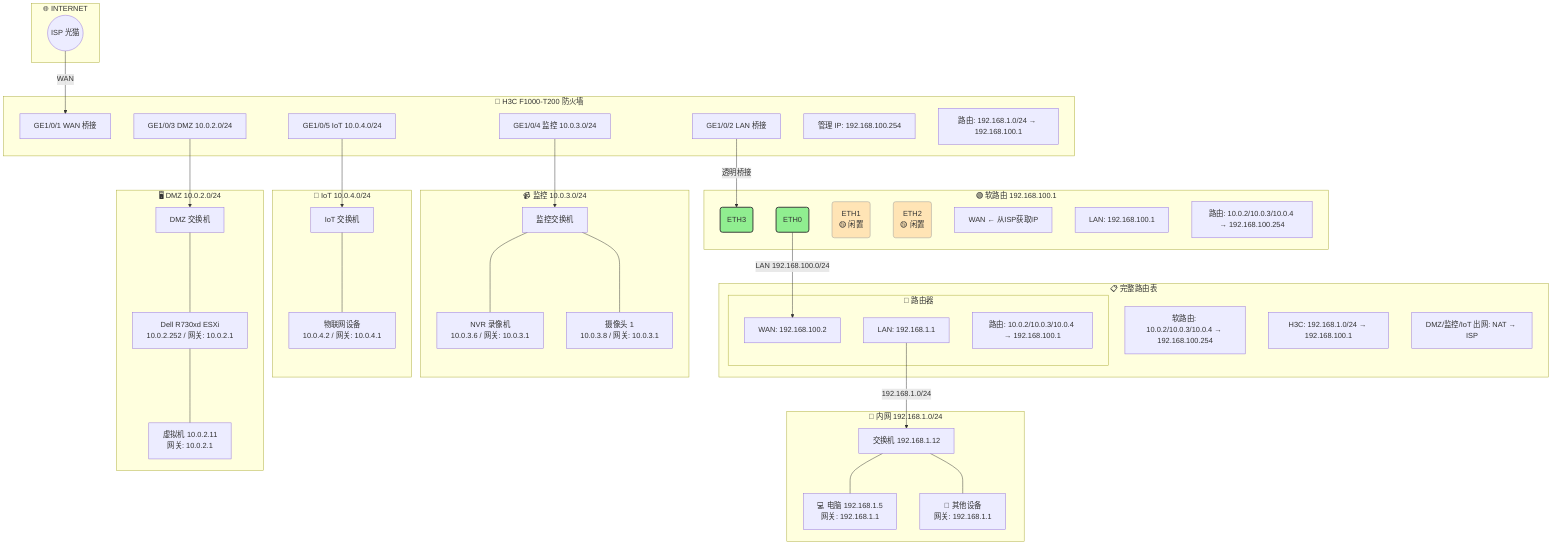
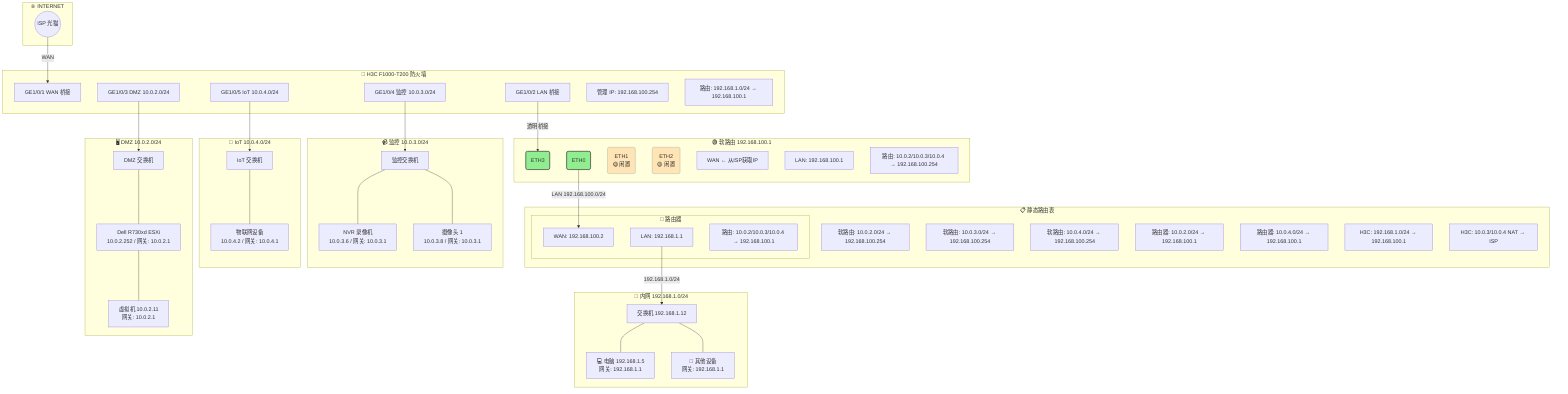
graph TB
    subgraph INTERNET["🌐 INTERNET"]
        ISP(("ISP 光猫"))
    end

    subgraph FW["🔴 H3C F1000-T200 防火墙"]
        GE1["GE1/0/1 WAN 桥接"]
        GE2["GE1/0/2 LAN 桥接"]
        GE3["GE1/0/3 DMZ 10.0.2.0/24"]
        GE4["GE1/0/4 监控 10.0.3.0/24"]
        GE5["GE1/0/5 IoT 10.0.4.0/24"]
        MGMT["管理 IP: 192.168.100.254"]
        FW_R["路由: 192.168.1.0/24 → 192.168.100.1"]
    end

    subgraph SR["🟢 软路由 192.168.100.1"]
        ETH3("ETH3"):::port
        ETH0("ETH0"):::port
        ETH1("ETH1<br/>🟡 闲置"):::port_idle
        ETH2("ETH2<br/>🟡 闲置"):::port_idle
        SR_WAN["WAN ← 从ISP获取IP"]
        SR_LAN["LAN: 192.168.100.1"]
        SR_R["路由: 10.0.2/10.0.3/10.0.4 → 192.168.100.254"]
    end

    subgraph R2["🔵 路由器"]
        R2_WAN["WAN: 192.168.100.2"]
        R2_LAN["LAN: 192.168.1.1"]
        R2_R["路由: 10.0.2/10.0.3/10.0.4 → 192.168.100.1"]
    end

    subgraph LAN["📡 内网 192.168.1.0/24"]
        SW["交换机 192.168.1.12"]
        PC["💻 电脑 192.168.1.5<br/>网关: 192.168.1.1"]
        OTHER["📱 其他设备<br/>网关: 192.168.1.1"]
    end

    subgraph DMZ["🖥️ DMZ 10.0.2.0/24"]
        DMZ_SW["DMZ 交换机"]
        R730xd["Dell R730xd ESXi<br/>10.0.2.252 / 网关: 10.0.2.1"]
        VM["虚拟机 10.0.2.11<br/>网关: 10.0.2.1"]
    end

    subgraph SUR["📹 监控 10.0.3.0/24"]
        SUR_SW["监控交换机"]
        NVR["NVR 录像机<br/>10.0.3.6 / 网关: 10.0.3.1"]
        CAM["摄像头 1<br/>10.0.3.8 / 网关: 10.0.3.1"]
    end

    subgraph IOT["📶 IoT 10.0.4.0/24"]
        IOT_SW["IoT 交换机"]
        IOT_DEV["物联网设备<br/>10.0.4.2 / 网关: 10.0.4.1"]
    end

    ISP -->|"WAN"| GE1
    GE2 -->|"透明桥接"| ETH3
    ETH0 -->|"LAN 192.168.100.0/24"| R2_WAN
    R2_LAN -->|"192.168.1.0/24"| SW
    SW --- PC
    SW --- OTHER
    GE3 --> DMZ_SW
    DMZ_SW --- R730xd
    R730xd --- VM
    GE4 --> SUR_SW
    SUR_SW --- NVR
    SUR_SW --- CAM
    GE5 --> IOT_SW
    IOT_SW --- IOT_DEV

-     subgraph ROUTES["📋 完整路由表"]
-         R1["软路由: 10.0.2/10.0.3/10.0.4 → 192.168.100.254"]
-         R2["路由器: 10.0.2/10.0.3/10.0.4 → 192.168.100.1"]
-         R3["H3C: 192.168.1.0/24 → 192.168.100.1"]
-         R4["DMZ/监控/IoT 出网: NAT → ISP"]
+     subgraph ROUTES["📋 静态路由表"]
+         SR1["软路由: 10.0.2.0/24 → 192.168.100.254"]
+         SR2["软路由: 10.0.3.0/24 → 192.168.100.254"]
+         SR3["软路由: 10.0.4.0/24 → 192.168.100.254"]
+         R1["路由器: 10.0.2.0/24 → 192.168.100.1"]
+         R2["路由器: 10.0.3.0/24 → 192.168.100.1"]
+         R3["路由器: 10.0.4.0/24 → 192.168.100.1"]
+         H1["H3C: 192.168.1.0/24 → 192.168.100.1"]
+         H2["H3C: 10.0.3/10.0.4 NAT → ISP"]
    end

    classDef port fill:#90EE90,stroke:#333,stroke-width:2
    classDef port_idle fill:#FFE4B5,stroke:#999,stroke-width:1,dashed